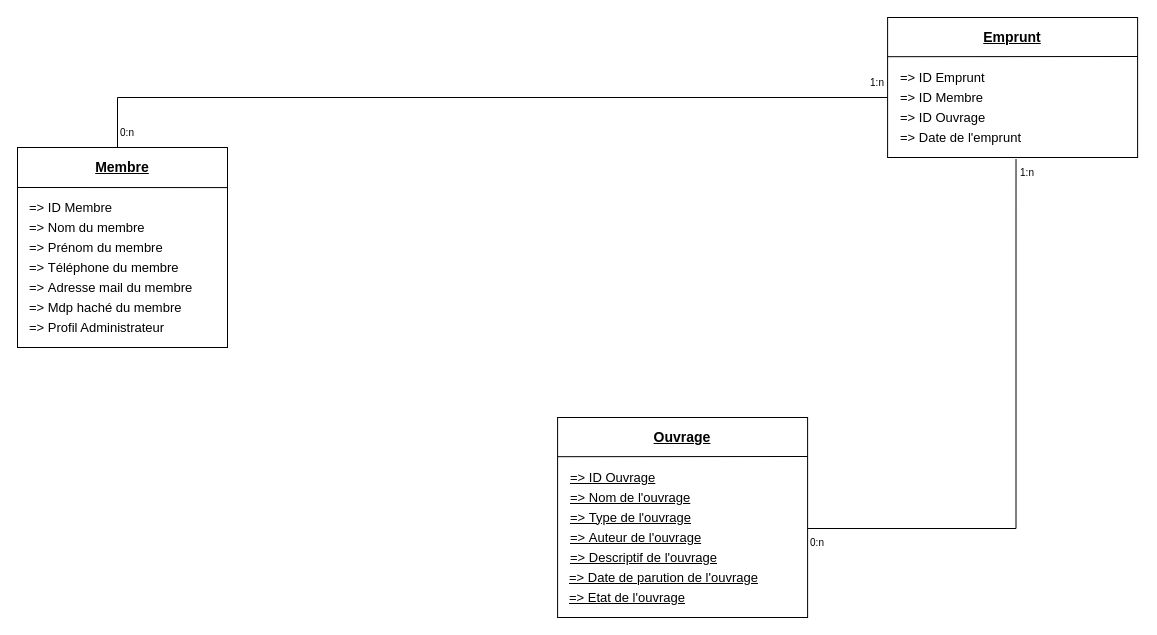
This is TP_Assos_MCD_Corentin.drawio from OdahNC/TP_Association_THIERRY_Corentin, a draw.io file, before an edit. Source tidied: cells renumbered, new cells numbered last; positions are measured from the earlier drawing's top-left corner, leaving out a move shared by most shapes. Both pictures are drawn from the tidied source at 100%, with x=0, y=0 at pixel (17, 17).
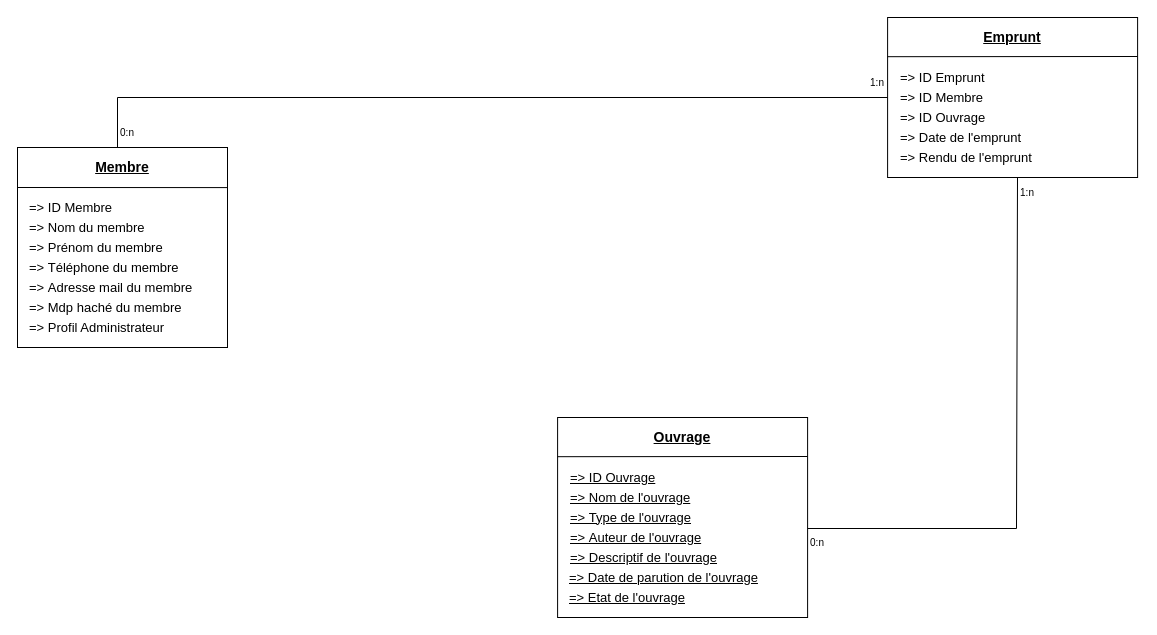
After the change.

The change refers to these unchanged cells:
```xml
<mxCell id="17" value="=&amp;gt;&amp;nbsp;Date de l'emprunt" style="text;html=1;strokeColor=none;fillColor=none;align=left;verticalAlign=middle;whiteSpace=wrap;rounded=0;fontStyle=0;fontSize=13;" parent="11" vertex="1">
  <mxGeometry x="11" y="100" width="208" height="40" as="geometry" />
</mxCell>
```

Change to the diagram source:
```diff
@@
     <mxCell id="11" style="group;" parent="1" vertex="1">
-      <mxGeometry x="870" width="250.1" height="140" as="geometry" />
+      <mxGeometry x="870" width="250.1" height="160" as="geometry" />
     </mxCell>
     <mxCell id="12" style="whiteSpace=wrap;html=1;fillColor=default;" parent="11" vertex="1">
-      <mxGeometry x="0.1" width="250" height="140" as="geometry" />
+      <mxGeometry x="0.1" width="250" height="160" as="geometry" />
     </mxCell>
@@
-    <mxCell id="19" style="endArrow=none;html=1;rounded=0;entryX=0.565;entryY=1.038;entryDx=0;entryDy=0;entryPerimeter=0;edgeStyle=orthogonalEdgeStyle;" parent="1" edge="1" target="17">
+    <mxCell id="19" style="endArrow=none;html=1;rounded=0;entryX=0;entryY=0;entryDx=0;entryDy=0;edgeStyle=orthogonalEdgeStyle;" parent="1" edge="1" target="24">
       <mxGeometry relative="1" as="geometry">
         <mxPoint x="790" y="510" as="sourcePoint" />
         <Array as="points">
           <mxPoint x="790" y="511" />
           <mxPoint x="999" y="511" />
         </Array>
       </mxGeometry>
     </mxCell>
@@
     <mxCell id="24" value="1:n" style="text;html=1;strokeColor=none;fillColor=none;align=center;verticalAlign=middle;whiteSpace=wrap;rounded=0;fontSize=10;" parent="1" vertex="1">
-      <mxGeometry x="1000" y="140" width="20" height="30" as="geometry" />
+      <mxGeometry x="1000" y="160" width="20" height="30" as="geometry" />
     </mxCell>
@@
+    <mxCell id="39" value="=&amp;gt;&amp;nbsp;Rendu de l'emprunt" style="text;html=1;strokeColor=none;fillColor=none;align=left;verticalAlign=middle;whiteSpace=wrap;rounded=0;fontStyle=0;fontSize=13;" parent="1" vertex="1">
+      <mxGeometry x="881" y="120" width="208" height="40" as="geometry" />
+    </mxCell>
```
